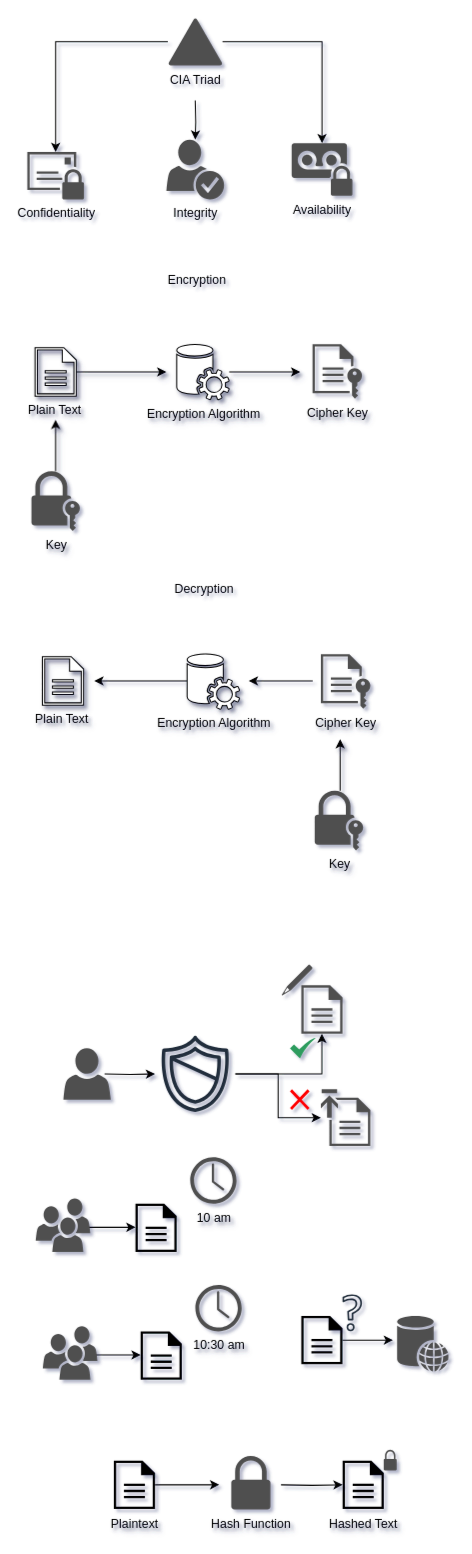
Earlier version of the draw.io diagram SF101-CoreSecPrinciples.drawio (Polkadoty/diagrams). Source tidied: cells renumbered, new cells numbered last; positions are measured from the earlier drawing's top-left corner, leaving out a move shared by most shapes. Both pictures are drawn from the tidied source at 103%, with x=0, y=0 at pixel (27, 18).
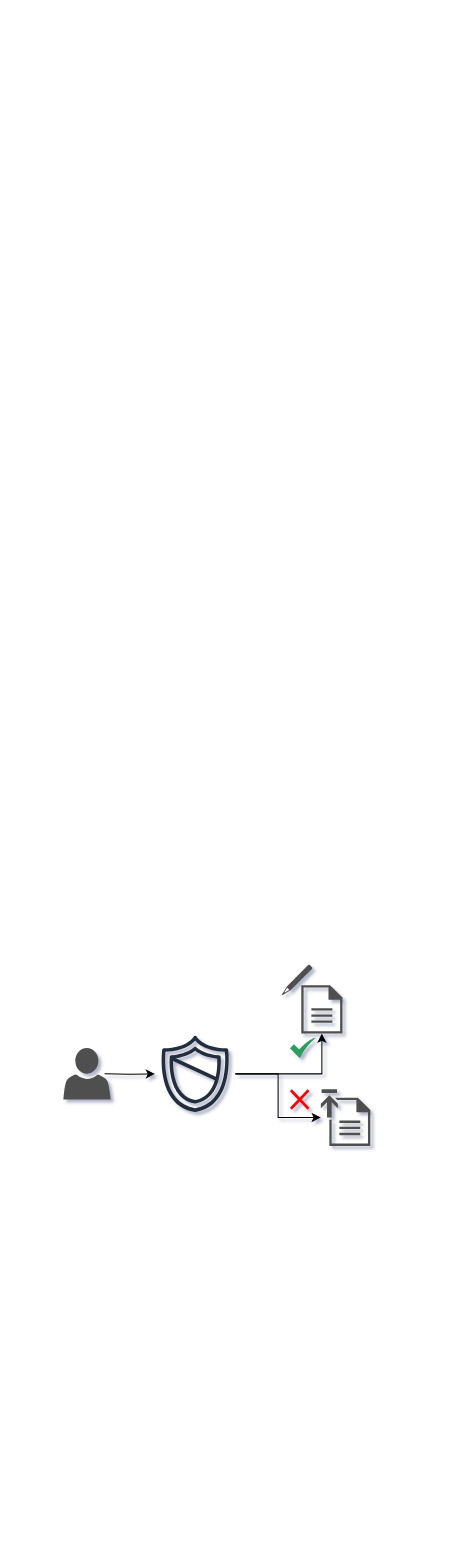
The same page after the edit.

The edit, as a diff of the source:
```diff
@@
-    <mxCell id="2" style="edgeStyle=orthogonalEdgeStyle;rounded=0;orthogonalLoop=1;jettySize=auto;html=1;shadow=1;backgroundOutline=0;labelBackgroundColor=none;textShadow=1;" parent="1" edge="1">
-      <mxGeometry relative="1" as="geometry">
-        <mxPoint x="27.5" y="440" as="sourcePoint" />
-        <mxPoint x="27.5" y="390" as="targetPoint" />
-      </mxGeometry>
-    </mxCell>
-    <mxCell id="3" style="edgeStyle=orthogonalEdgeStyle;rounded=0;jettySize=auto;html=1;shadow=1;backgroundOutline=0;labelBackgroundColor=none;textShadow=1;" parent="1" edge="1" source="4">
-      <mxGeometry relative="1" as="geometry">
-        <mxPoint x="135" y="343.5" as="targetPoint" />
-      </mxGeometry>
-    </mxCell>
-    <mxCell id="4" value="&lt;font face=&quot;JetBrains Mono&quot;&gt;Plain Text&amp;nbsp;&lt;/font&gt;" style="sketch=0;shadow=1;dashed=0;html=1;labelPosition=center;verticalLabelPosition=bottom;verticalAlign=top;outlineConnect=0;align=center;shape=mxgraph.office.concepts.document;backgroundOutline=0;labelBackgroundColor=none;textShadow=1;" parent="1" vertex="1">
-      <mxGeometry x="7.5" y="320" width="40" height="47" as="geometry" />
-    </mxCell>
-    <mxCell id="5" style="edgeStyle=orthogonalEdgeStyle;rounded=0;jettySize=auto;html=1;shadow=1;backgroundOutline=0;labelBackgroundColor=none;textShadow=1;" parent="1" edge="1" source="6">
-      <mxGeometry relative="1" as="geometry">
-        <mxPoint x="265" y="343.5" as="targetPoint" />
-      </mxGeometry>
-    </mxCell>
-    <mxCell id="6" value="&lt;font face=&quot;JetBrains Mono&quot;&gt;Encryption Algorithm&lt;/font&gt;" style="sketch=0;shadow=1;dashed=0;html=1;labelPosition=center;verticalLabelPosition=bottom;verticalAlign=top;outlineConnect=0;align=center;shape=mxgraph.office.services.central_management_service;backgroundOutline=0;labelBackgroundColor=none;textShadow=1;" parent="1" vertex="1">
-      <mxGeometry x="145" y="316.5" width="51" height="54" as="geometry" />
-    </mxCell>
-    <mxCell id="7" value="&lt;font face=&quot;JetBrains Mono&quot;&gt;Encryption&lt;/font&gt;" style="text;html=1;align=center;verticalAlign=middle;whiteSpace=wrap;rounded=0;shadow=1;backgroundOutline=0;labelBackgroundColor=none;" parent="1" vertex="1">
-      <mxGeometry x="135" y="240" width="60" height="30" as="geometry" />
-    </mxCell>
-    <mxCell id="8" style="edgeStyle=orthogonalEdgeStyle;rounded=0;orthogonalLoop=1;jettySize=auto;html=1;shadow=1;backgroundOutline=0;labelBackgroundColor=none;textShadow=1;" parent="1" edge="1">
-      <mxGeometry relative="1" as="geometry">
-        <mxPoint x="303.7" y="750" as="sourcePoint" />
-        <mxPoint x="303.7" y="700" as="targetPoint" />
-      </mxGeometry>
-    </mxCell>
-    <mxCell id="9" value="&lt;font face=&quot;JetBrains Mono&quot;&gt;Plain Text&amp;nbsp;&lt;/font&gt;" style="sketch=0;shadow=1;dashed=0;html=1;labelPosition=center;verticalLabelPosition=bottom;verticalAlign=top;align=center;shape=mxgraph.office.concepts.document;backgroundOutline=0;labelBackgroundColor=none;textShadow=1;" parent="1" vertex="1">
-      <mxGeometry x="14.6" y="620" width="40" height="47" as="geometry" />
-    </mxCell>
-    <mxCell id="10" style="edgeStyle=orthogonalEdgeStyle;rounded=0;jettySize=auto;html=1;textShadow=1;" parent="1" edge="1" source="11">
-      <mxGeometry relative="1" as="geometry">
-        <mxPoint x="65" y="643.5" as="targetPoint" />
-      </mxGeometry>
-    </mxCell>
-    <mxCell id="11" value="&lt;font face=&quot;JetBrains Mono&quot;&gt;Encryption Algorithm&lt;/font&gt;" style="sketch=0;shadow=1;dashed=0;html=1;labelPosition=center;verticalLabelPosition=bottom;verticalAlign=top;outlineConnect=0;align=center;shape=mxgraph.office.services.central_management_service;backgroundOutline=0;labelBackgroundColor=none;textShadow=1;" parent="1" vertex="1">
-      <mxGeometry x="155.1" y="617" width="51" height="54" as="geometry" />
-    </mxCell>
-    <mxCell id="12" style="edgeStyle=orthogonalEdgeStyle;rounded=0;orthogonalLoop=1;jettySize=auto;html=1;textShadow=1;" parent="1" edge="1">
-      <mxGeometry relative="1" as="geometry">
-        <mxPoint x="277.1" y="643.5" as="sourcePoint" />
-        <mxPoint x="215" y="643.5" as="targetPoint" />
-      </mxGeometry>
-    </mxCell>
-    <mxCell id="13" value="&lt;font face=&quot;JetBrains Mono&quot;&gt;Decryption&lt;/font&gt;" style="text;html=1;align=center;verticalAlign=middle;whiteSpace=wrap;rounded=0;shadow=1;backgroundOutline=0;labelBackgroundColor=none;" parent="1" vertex="1">
-      <mxGeometry x="142.1" y="540" width="60" height="30" as="geometry" />
-    </mxCell>
@@
-    <mxCell id="22" style="edgeStyle=orthogonalEdgeStyle;rounded=0;jettySize=auto;html=1;textShadow=1;" parent="1" edge="1" target="23">
-      <mxGeometry relative="1" as="geometry">
-        <mxPoint x="59.6" y="1174" as="sourcePoint" />
-      </mxGeometry>
-    </mxCell>
-    <mxCell id="23" style="sketch=0;shadow=0;dashed=0;html=1;strokeColor=none;fillColor=#000000;labelPosition=center;verticalLabelPosition=bottom;verticalAlign=top;outlineConnect=0;align=center;shape=mxgraph.office.concepts.document;textShadow=1;" parent="1" vertex="1">
-      <mxGeometry x="105" y="1151" width="40" height="47" as="geometry" />
-    </mxCell>
-    <mxCell id="24" value="&lt;font face=&quot;JetBrains Mono&quot;&gt;10 am&lt;/font&gt;" style="sketch=0;shadow=0;dashed=0;html=1;strokeColor=none;fillColor=#505050;labelPosition=center;verticalLabelPosition=bottom;verticalAlign=top;align=center;shape=mxgraph.office.concepts.clock;textShadow=1;" parent="1" vertex="1">
-      <mxGeometry x="158.1" y="1106" width="45" height="45" as="geometry" />
-    </mxCell>
-    <mxCell id="25" style="edgeStyle=orthogonalEdgeStyle;rounded=0;jettySize=auto;html=1;textShadow=1;" parent="1" edge="1" target="26">
-      <mxGeometry relative="1" as="geometry">
-        <mxPoint x="64.6" y="1298" as="sourcePoint" />
-      </mxGeometry>
-    </mxCell>
-    <mxCell id="26" style="sketch=0;shadow=0;dashed=0;html=1;strokeColor=none;fillColor=#000000;labelPosition=center;verticalLabelPosition=bottom;verticalAlign=top;outlineConnect=0;align=center;shape=mxgraph.office.concepts.document;textShadow=1;" parent="1" vertex="1">
-      <mxGeometry x="110" y="1275" width="40" height="47" as="geometry" />
-    </mxCell>
-    <mxCell id="27" value="&lt;font face=&quot;JetBrains Mono&quot;&gt;10:30 am&lt;/font&gt;" style="sketch=0;shadow=0;dashed=0;html=1;strokeColor=none;fillColor=#505050;labelPosition=center;verticalLabelPosition=bottom;verticalAlign=top;align=center;shape=mxgraph.office.concepts.clock;textShadow=1;" parent="1" vertex="1">
-      <mxGeometry x="163.1" y="1230" width="45" height="45" as="geometry" />
-    </mxCell>
-    <mxCell id="28" style="edgeStyle=orthogonalEdgeStyle;rounded=0;jettySize=auto;html=1;textShadow=1;" parent="1" edge="1" source="29">
-      <mxGeometry relative="1" as="geometry">
-        <mxPoint x="355" y="1283.5" as="targetPoint" />
-      </mxGeometry>
-    </mxCell>
-    <mxCell id="29" style="sketch=0;shadow=0;dashed=0;html=1;strokeColor=none;fillColor=#000000;labelPosition=center;verticalLabelPosition=bottom;verticalAlign=top;outlineConnect=0;align=center;shape=mxgraph.office.concepts.document;textShadow=1;" parent="1" vertex="1">
-      <mxGeometry x="266" y="1260" width="40" height="47" as="geometry" />
-    </mxCell>
-    <mxCell id="30" style="sketch=0;fontColor=#232F3E;gradientColor=none;fillColor=#232F3D;strokeColor=none;dashed=0;verticalLabelPosition=bottom;verticalAlign=top;align=center;html=1;fontSize=12;fontStyle=0;shape=mxgraph.aws4.question;textShadow=1;" parent="1" vertex="1">
-      <mxGeometry x="306" y="1239" width="18.9" height="36" as="geometry" />
-    </mxCell>
-    <mxCell id="31" style="edgeStyle=orthogonalEdgeStyle;rounded=0;jettySize=auto;html=1;textShadow=1;" parent="1" edge="1" source="32">
-      <mxGeometry relative="1" as="geometry">
-        <mxPoint x="186.3" y="1424" as="targetPoint" />
-      </mxGeometry>
-    </mxCell>
-    <mxCell id="32" value="Plaintext" style="sketch=0;shadow=0;dashed=0;html=1;strokeColor=none;fillColor=#000000;labelPosition=center;verticalLabelPosition=bottom;verticalAlign=top;outlineConnect=0;align=center;shape=mxgraph.office.concepts.document;fontFamily=JetBrains Mono;textShadow=1;" parent="1" vertex="1">
-      <mxGeometry x="84" y="1400.5" width="40" height="47" as="geometry" />
-    </mxCell>
-    <mxCell id="33" style="edgeStyle=orthogonalEdgeStyle;rounded=0;jettySize=auto;html=1;textShadow=1;" parent="1" edge="1" target="34">
-      <mxGeometry relative="1" as="geometry">
-        <mxPoint x="246.3" y="1424" as="sourcePoint" />
-      </mxGeometry>
-    </mxCell>
-    <mxCell id="34" value="Hashed Text" style="sketch=0;shadow=0;dashed=0;html=1;strokeColor=none;fillColor=#000000;labelPosition=center;verticalLabelPosition=bottom;verticalAlign=top;outlineConnect=0;align=center;shape=mxgraph.office.concepts.document;fontFamily=JetBrains Mono;textShadow=1;" parent="1" vertex="1">
-      <mxGeometry x="306.1" y="1400.5" width="40" height="47" as="geometry" />
-    </mxCell>
-    <mxCell id="35" style="sketch=0;shadow=0;dashed=0;html=1;strokeColor=none;fillColor=#505050;labelPosition=center;verticalLabelPosition=bottom;verticalAlign=top;align=center;shape=mxgraph.office.security.lock_protected;textShadow=1;" parent="1" vertex="1">
-      <mxGeometry x="346" y="1390" width="12.6" height="20" as="geometry" />
-    </mxCell>
-    <mxCell id="36" value="&lt;font face=&quot;JetBrains Mono&quot;&gt;Hash Function&lt;/font&gt;" style="sketch=0;shadow=0;dashed=0;html=1;strokeColor=none;fillColor=#505050;labelPosition=center;verticalLabelPosition=bottom;verticalAlign=top;align=center;shape=mxgraph.office.security.lock_protected;textShadow=1;" parent="1" vertex="1">
-      <mxGeometry x="198" y="1396" width="38" height="52" as="geometry" />
-    </mxCell>
-    <mxCell id="37" value="&lt;font face=&quot;JetBrains Mono&quot;&gt;Key&lt;/font&gt;" style="sketch=0;shadow=0;dashed=0;html=1;strokeColor=none;fillColor=#505050;labelPosition=center;verticalLabelPosition=bottom;verticalAlign=top;align=center;shape=mxgraph.office.security.lock_with_key_security;textShadow=1;" parent="1" vertex="1">
-      <mxGeometry x="4" y="440" width="47" height="58" as="geometry" />
-    </mxCell>
-    <mxCell id="38" value="&lt;font face=&quot;JetBrains Mono&quot;&gt;Key&lt;/font&gt;" style="sketch=0;shadow=0;dashed=0;html=1;strokeColor=none;fillColor=#505050;labelPosition=center;verticalLabelPosition=bottom;verticalAlign=top;align=center;shape=mxgraph.office.security.lock_with_key_security;textShadow=1;" parent="1" vertex="1">
-      <mxGeometry x="279" y="750" width="47" height="58" as="geometry" />
-    </mxCell>
-    <mxCell id="39" style="sketch=0;shadow=0;dashed=0;html=1;strokeColor=none;fillColor=#505050;labelPosition=center;verticalLabelPosition=bottom;verticalAlign=top;align=center;shape=mxgraph.office.users.users;textShadow=1;" parent="1" vertex="1">
-      <mxGeometry x="15" y="1270" width="53" height="52" as="geometry" />
-    </mxCell>
-    <mxCell id="40" style="sketch=0;shadow=0;dashed=0;html=1;strokeColor=none;fillColor=#505050;labelPosition=center;verticalLabelPosition=bottom;verticalAlign=top;align=center;shape=mxgraph.office.users.users;textShadow=1;" parent="1" vertex="1">
-      <mxGeometry x="8.1" y="1146" width="53" height="52" as="geometry" />
-    </mxCell>
@@
-    <mxCell id="42" value="&lt;font face=&quot;JetBrains Mono&quot;&gt;Cipher Key&lt;/font&gt;" style="sketch=0;shadow=0;dashed=0;html=1;strokeColor=none;fillColor=#505050;labelPosition=center;verticalLabelPosition=bottom;verticalAlign=top;align=center;shape=mxgraph.office.concepts.file_key;textShadow=1;" parent="1" vertex="1">
-      <mxGeometry x="285" y="617.5" width="48" height="53" as="geometry" />
-    </mxCell>
-    <mxCell id="43" value="&lt;font face=&quot;JetBrains Mono&quot;&gt;Cipher Key&lt;/font&gt;" style="sketch=0;shadow=0;dashed=0;html=1;strokeColor=none;fillColor=#505050;labelPosition=center;verticalLabelPosition=bottom;verticalAlign=top;align=center;shape=mxgraph.office.concepts.file_key;textShadow=1;" parent="1" vertex="1">
-      <mxGeometry x="276.9" y="316.5" width="48" height="53" as="geometry" />
-    </mxCell>
-    <mxCell id="44" style="sketch=0;shadow=0;dashed=0;html=1;strokeColor=none;fillColor=#505050;labelPosition=center;verticalLabelPosition=bottom;verticalAlign=top;align=center;shape=mxgraph.office.databases.web_store;textShadow=1;" parent="1" vertex="1">
-      <mxGeometry x="359" y="1260" width="50" height="54" as="geometry" />
-    </mxCell>
@@
-    <mxCell id="46" style="edgeStyle=orthogonalEdgeStyle;rounded=0;jettySize=auto;html=1;" parent="1" edge="1" source="49" target="51">
-      <mxGeometry relative="1" as="geometry" />
-    </mxCell>
-    <mxCell id="47" style="edgeStyle=orthogonalEdgeStyle;rounded=0;jettySize=auto;html=1;" parent="1" edge="1" source="49" target="50">
-      <mxGeometry relative="1" as="geometry" />
-    </mxCell>
-    <mxCell id="48" style="edgeStyle=orthogonalEdgeStyle;rounded=0;jettySize=auto;html=1;" parent="1" edge="1" target="52">
-      <mxGeometry relative="1" as="geometry">
-        <mxPoint x="163" y="80" as="sourcePoint" />
-      </mxGeometry>
-    </mxCell>
-    <mxCell id="49" value="&lt;font face=&quot;JetBrains Mono&quot;&gt;CIA Triad&lt;/font&gt;" style="sketch=0;shadow=0;dashed=0;html=1;strokeColor=none;fillColor=#505050;labelPosition=center;verticalLabelPosition=bottom;verticalAlign=top;outlineConnect=0;align=center;shape=mxgraph.office.security.domain;" parent="1" vertex="1">
-      <mxGeometry x="136.5" width="53" height="46" as="geometry" />
-    </mxCell>
-    <mxCell id="50" value="Confidentiality" style="sketch=0;shadow=0;dashed=0;html=1;strokeColor=none;fillColor=#505050;labelPosition=center;verticalLabelPosition=bottom;verticalAlign=top;outlineConnect=0;align=center;shape=mxgraph.office.security.secure_messaging;fontFamily=JetBrains Mono;" parent="1" vertex="1">
-      <mxGeometry y="130" width="55" height="46" as="geometry" />
-    </mxCell>
-    <mxCell id="51" value="Availability" style="sketch=0;shadow=0;dashed=0;html=1;strokeColor=none;fillColor=#505050;labelPosition=center;verticalLabelPosition=bottom;verticalAlign=top;outlineConnect=0;align=center;shape=mxgraph.office.security.protected_voice_mail;fontFamily=JetBrains Mono;" parent="1" vertex="1">
-      <mxGeometry x="256.6" y="121.5" width="59" height="51" as="geometry" />
-    </mxCell>
-    <mxCell id="52" value="Integrity" style="sketch=0;shadow=0;dashed=0;html=1;strokeColor=none;fillColor=#505050;labelPosition=center;verticalLabelPosition=bottom;verticalAlign=top;outlineConnect=0;align=center;shape=mxgraph.office.security.credentials;fontFamily=JetBrains Mono;" parent="1" vertex="1">
-      <mxGeometry x="135" y="118" width="56" height="58" as="geometry" />
-    </mxCell>
```
